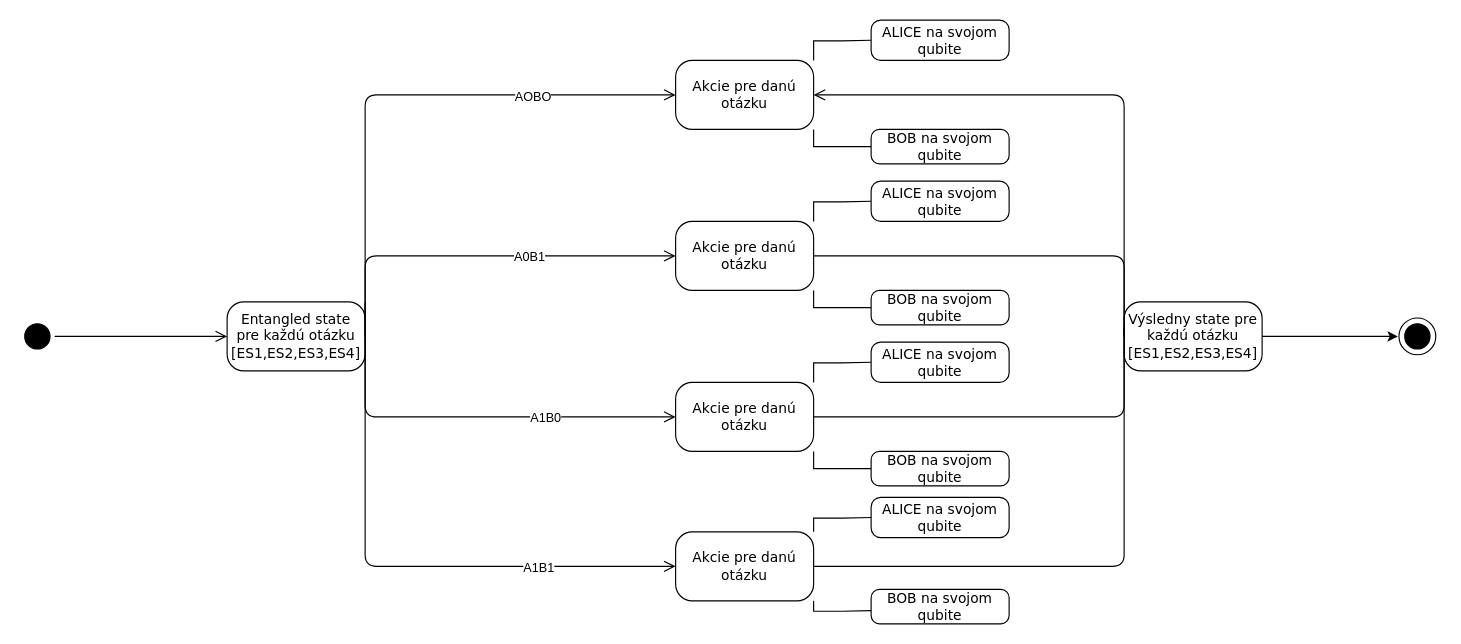
This is images/StateDiagram.drawio from janpastorek/Bachelor-Thesis, a draw.io file, before an edit. Source tidied: cells renumbered, new cells numbered last; positions are measured from the earlier drawing's top-left corner, leaving out a move shared by most shapes. Both pictures are drawn from the tidied source at 115%, with x=0, y=0 at pixel (20, 20).
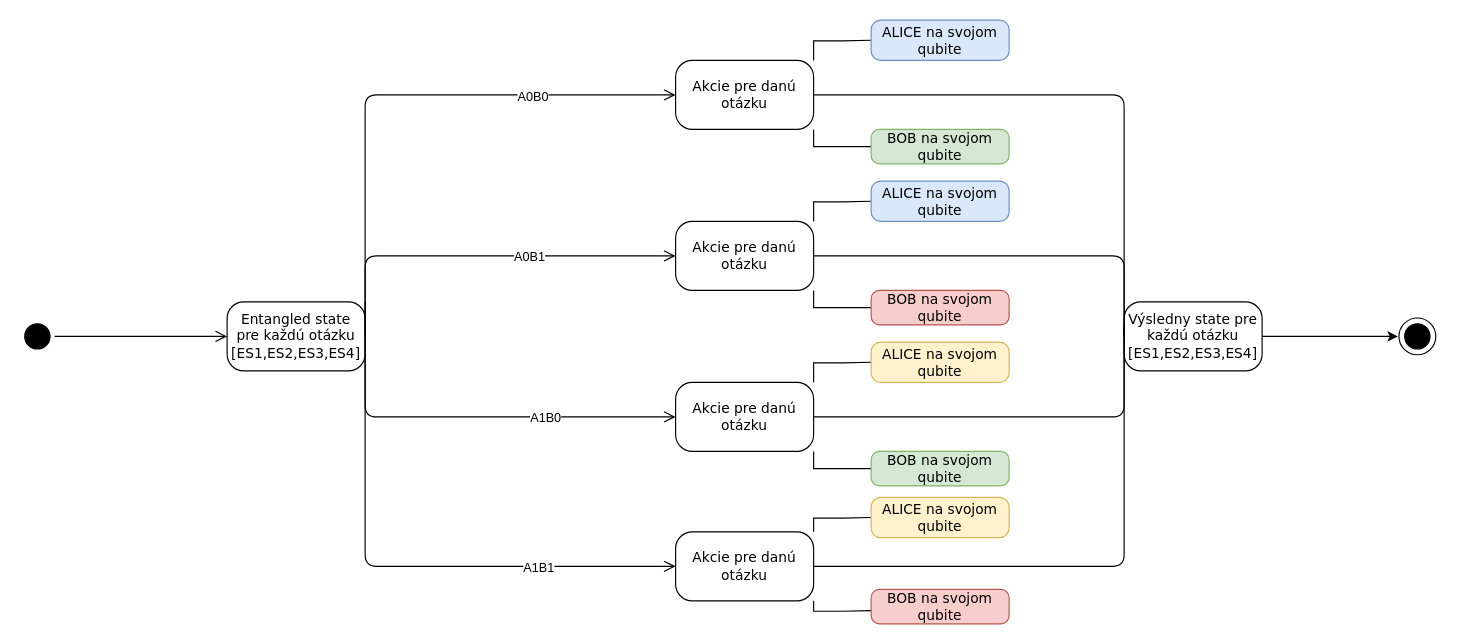
The same diagram, later.

Unchanged cells that the change refers to:
```xml
<mxCell id="4" style="edgeStyle=orthogonalEdgeStyle;html=1;entryX=0;entryY=0.5;labelBackgroundColor=none;endArrow=open;endSize=8;fontFamily=Verdana;fontSize=12;align=left;entryDx=0;entryDy=0;exitX=1;exitY=0.5;exitDx=0;exitDy=0;" parent="1" edge="1" source="3" target="8">
  <mxGeometry relative="1" as="geometry">
    <Array as="points">
      <mxPoint x="300" y="65" />
    </Array>
  </mxGeometry>
</mxCell>
<mxCell id="8" value="Akcie pre danú otázku" style="rounded=1;whiteSpace=wrap;html=1;arcSize=24;shadow=0;comic=0;labelBackgroundColor=none;fontFamily=Verdana;fontSize=12;align=center;" parent="1" vertex="1">
  <mxGeometry x="570" y="35" width="120" height="60" as="geometry" />
</mxCell>
<mxCell id="26" value="Výsledny state pre každú otázku&lt;br&gt;[ES1,ES2,ES3,ES4]" style="rounded=1;whiteSpace=wrap;html=1;arcSize=24;shadow=0;comic=0;labelBackgroundColor=none;fontFamily=Verdana;fontSize=12;align=center;" parent="1" vertex="1">
  <mxGeometry x="960" y="245" width="120" height="60" as="geometry" />
</mxCell>
```

What changed in the source:
```diff
@@
-    <mxCell id="5" value="AOBO" style="edgeLabel;html=1;align=center;verticalAlign=middle;" parent="4" vertex="1">
+    <mxCell id="5" value="A0B0" style="edgeLabel;html=1;align=center;verticalAlign=middle;" parent="4" vertex="1">
       <mxGeometry x="0.48" y="-1" relative="1" as="geometry" />
     </mxCell>
@@
-    <mxCell id="27" style="edgeStyle=orthogonalEdgeStyle;html=1;entryX=1;entryY=0.5;labelBackgroundColor=none;endArrow=open;endSize=8;fontFamily=Verdana;fontSize=12;align=left;entryDx=0;entryDy=0;exitX=0;exitY=0.5;exitDx=0;exitDy=0;" parent="1" edge="1" source="26" target="8">
+    <mxCell id="27" style="edgeStyle=orthogonalEdgeStyle;html=1;entryX=1;entryY=0.5;labelBackgroundColor=none;endArrow=none;endSize=8;fontFamily=Verdana;fontSize=12;align=left;entryDx=0;entryDy=0;exitX=0;exitY=0.5;exitDx=0;exitDy=0;endFill=0;" parent="1" edge="1" source="26" target="8">
       <mxGeometry relative="1" as="geometry">
         <Array as="points">
           <mxPoint x="960" y="265" />
           <mxPoint x="960" y="65" />
         </Array>
       </mxGeometry>
     </mxCell>
@@
-    <mxCell id="31" value="ALICE na svojom qubite" style="rounded=1;whiteSpace=wrap;html=1;arcSize=24;shadow=0;comic=0;labelBackgroundColor=none;fontFamily=Verdana;fontSize=12;align=center;" parent="1" vertex="1">
+    <mxCell id="31" value="ALICE na svojom qubite" style="rounded=1;whiteSpace=wrap;html=1;arcSize=24;shadow=0;comic=0;labelBackgroundColor=none;fontFamily=Verdana;fontSize=12;align=center;fillColor=#fff2cc;strokeColor=#d6b656;" parent="1" vertex="1">
       <mxGeometry x="740" y="415" width="120" height="35" as="geometry" />
     </mxCell>
-    <mxCell id="32" value="BOB na svojom qubite" style="rounded=1;whiteSpace=wrap;html=1;arcSize=24;shadow=0;comic=0;labelBackgroundColor=none;fontFamily=Verdana;fontSize=12;align=center;" parent="1" vertex="1">
+    <mxCell id="32" value="BOB na svojom qubite" style="rounded=1;whiteSpace=wrap;html=1;arcSize=24;shadow=0;comic=0;labelBackgroundColor=none;fontFamily=Verdana;fontSize=12;align=center;fillColor=#f8cecc;strokeColor=#b85450;" parent="1" vertex="1">
       <mxGeometry x="740" y="495" width="120" height="30" as="geometry" />
     </mxCell>
-    <mxCell id="33" value="ALICE na svojom qubite" style="rounded=1;whiteSpace=wrap;html=1;arcSize=24;shadow=0;comic=0;labelBackgroundColor=none;fontFamily=Verdana;fontSize=12;align=center;" parent="1" vertex="1">
+    <mxCell id="33" value="ALICE na svojom qubite" style="rounded=1;whiteSpace=wrap;html=1;arcSize=24;shadow=0;comic=0;labelBackgroundColor=none;fontFamily=Verdana;fontSize=12;align=center;fillColor=#fff2cc;strokeColor=#d6b656;" parent="1" vertex="1">
       <mxGeometry x="740" y="280" width="120" height="35" as="geometry" />
     </mxCell>
-    <mxCell id="34" value="BOB na svojom qubite" style="rounded=1;whiteSpace=wrap;html=1;arcSize=24;shadow=0;comic=0;labelBackgroundColor=none;fontFamily=Verdana;fontSize=12;align=center;" parent="1" vertex="1">
+    <mxCell id="34" value="BOB na svojom qubite" style="rounded=1;whiteSpace=wrap;html=1;arcSize=24;shadow=0;comic=0;labelBackgroundColor=none;fontFamily=Verdana;fontSize=12;align=center;fillColor=#d5e8d4;strokeColor=#82b366;" parent="1" vertex="1">
       <mxGeometry x="740" y="375" width="120" height="30" as="geometry" />
     </mxCell>
-    <mxCell id="35" value="ALICE na svojom qubite" style="rounded=1;whiteSpace=wrap;html=1;arcSize=24;shadow=0;comic=0;labelBackgroundColor=none;fontFamily=Verdana;fontSize=12;align=center;" parent="1" vertex="1">
+    <mxCell id="35" value="ALICE na svojom qubite" style="rounded=1;whiteSpace=wrap;html=1;arcSize=24;shadow=0;comic=0;labelBackgroundColor=none;fontFamily=Verdana;fontSize=12;align=center;fillColor=#dae8fc;strokeColor=#6c8ebf;" parent="1" vertex="1">
       <mxGeometry x="740" y="140" width="120" height="35" as="geometry" />
     </mxCell>
-    <mxCell id="36" value="BOB na svojom qubite" style="rounded=1;whiteSpace=wrap;html=1;arcSize=24;shadow=0;comic=0;labelBackgroundColor=none;fontFamily=Verdana;fontSize=12;align=center;" parent="1" vertex="1">
+    <mxCell id="36" value="BOB na svojom qubite" style="rounded=1;whiteSpace=wrap;html=1;arcSize=24;shadow=0;comic=0;labelBackgroundColor=none;fontFamily=Verdana;fontSize=12;align=center;fillColor=#f8cecc;strokeColor=#b85450;" parent="1" vertex="1">
       <mxGeometry x="740" y="235" width="120" height="30" as="geometry" />
     </mxCell>
-    <mxCell id="37" value="ALICE na svojom qubite" style="rounded=1;whiteSpace=wrap;html=1;arcSize=24;shadow=0;comic=0;labelBackgroundColor=none;fontFamily=Verdana;fontSize=12;align=center;" parent="1" vertex="1">
+    <mxCell id="37" value="ALICE na svojom qubite" style="rounded=1;whiteSpace=wrap;html=1;arcSize=24;shadow=0;comic=0;labelBackgroundColor=none;fontFamily=Verdana;fontSize=12;align=center;fillColor=#dae8fc;strokeColor=#6c8ebf;" parent="1" vertex="1">
       <mxGeometry x="740" width="120" height="35" as="geometry" />
     </mxCell>
-    <mxCell id="38" value="BOB na svojom qubite" style="rounded=1;whiteSpace=wrap;html=1;arcSize=24;shadow=0;comic=0;labelBackgroundColor=none;fontFamily=Verdana;fontSize=12;align=center;" parent="1" vertex="1">
+    <mxCell id="38" value="BOB na svojom qubite" style="rounded=1;whiteSpace=wrap;html=1;arcSize=24;shadow=0;comic=0;labelBackgroundColor=none;fontFamily=Verdana;fontSize=12;align=center;fillColor=#d5e8d4;strokeColor=#82b366;" parent="1" vertex="1">
       <mxGeometry x="740" y="95" width="120" height="30" as="geometry" />
     </mxCell>
```
